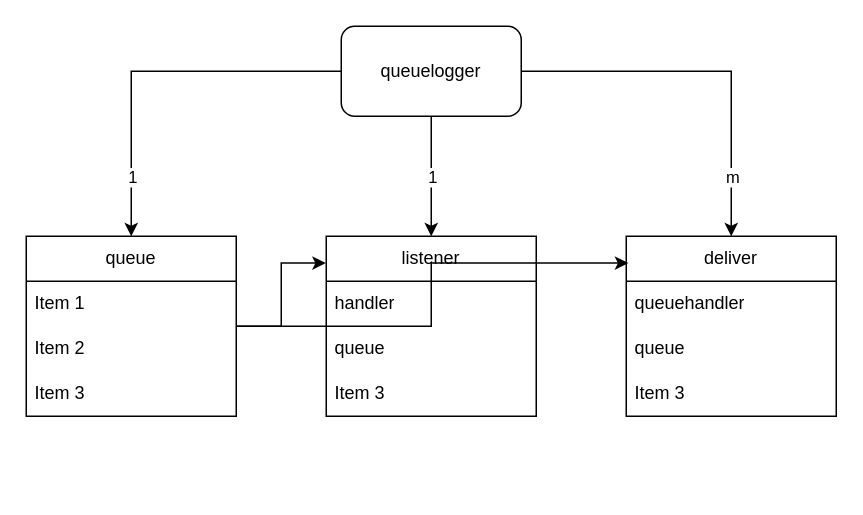
wehyy/my-world keeps this draw.io diagram as queue_logger.drawio. Above is the earlier version. Source tidied: cells renumbered, new cells numbered last; positions are measured from the earlier drawing's top-left corner, leaving out a move shared by most shapes. Both pictures are drawn from the tidied source at 150%, with x=0, y=0 at pixel (26, 26).
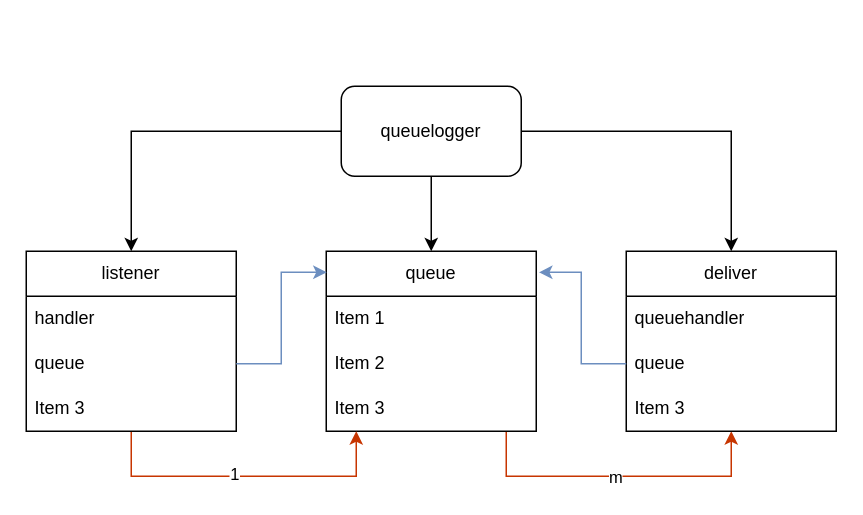
The same page after the edit.

The change refers to these unchanged cells:
```xml
<mxCell id="2" style="edgeStyle=orthogonalEdgeStyle;rounded=0;jettySize=auto;html=1;" parent="1" edge="1" source="8" target="13">
  <mxGeometry relative="1" as="geometry" />
</mxCell>
<mxCell id="4" style="edgeStyle=orthogonalEdgeStyle;rounded=0;jettySize=auto;html=1;entryX=0.5;entryY=0;entryDx=0;entryDy=0;" parent="1" edge="1" source="8" target="9">
  <mxGeometry relative="1" as="geometry" />
</mxCell>
<mxCell id="6" style="edgeStyle=orthogonalEdgeStyle;rounded=0;jettySize=auto;html=1;entryX=0.5;entryY=0;entryDx=0;entryDy=0;" parent="1" edge="1" source="8" target="17">
  <mxGeometry relative="1" as="geometry" />
</mxCell>
<mxCell id="15" value="queue" style="text;strokeColor=none;fillColor=none;align=left;verticalAlign=middle;spacingLeft=4;spacingRight=4;overflow=hidden;points=[[0,0.5],[1,0.5]];portConstraint=eastwest;whiteSpace=wrap;html=1;" parent="13" vertex="1">
  <mxGeometry y="60" width="140" height="30" as="geometry" />
</mxCell>
<mxCell id="19" value="queue" style="text;strokeColor=none;fillColor=none;align=left;verticalAlign=middle;spacingLeft=4;spacingRight=4;overflow=hidden;points=[[0,0.5],[1,0.5]];portConstraint=eastwest;whiteSpace=wrap;html=1;" parent="17" vertex="1">
  <mxGeometry y="60" width="140" height="30" as="geometry" />
</mxCell>
```

Diff of the diagram source:
```diff
@@
-    <mxCell id="3" value="1" style="edgeLabel;html=1;align=center;verticalAlign=middle;" parent="2" vertex="1">
-      <mxGeometry x="0.1" y="-1" relative="1" as="geometry">
-        <mxPoint x="1" y="-4" as="offset" />
-      </mxGeometry>
-    </mxCell>
@@
-    <mxCell id="5" value="1" style="edgeLabel;html=1;align=center;verticalAlign=middle;" parent="4" vertex="1">
-      <mxGeometry x="0.62" relative="1" as="geometry">
-        <mxPoint y="7" as="offset" />
-      </mxGeometry>
-    </mxCell>
@@
+    <mxCell id="8" value="queuelogger" style="rounded=1;whiteSpace=wrap;html=1;" parent="1" vertex="1">
+      <mxGeometry x="210" y="40" width="120" height="60" as="geometry" />
+    </mxCell>
+    <mxCell id="22" style="edgeStyle=orthogonalEdgeStyle;rounded=0;jettySize=auto;html=1;fillColor=#fa6800;strokeColor=#C73500;" parent="1" edge="1" source="9" target="17">
+      <mxGeometry relative="1" as="geometry">
+        <Array as="points">
+          <mxPoint x="320" y="300" />
+          <mxPoint x="470" y="300" />
+        </Array>
+      </mxGeometry>
+    </mxCell>
-    <mxCell id="7" value="m" style="edgeLabel;html=1;align=center;verticalAlign=middle;" parent="6" vertex="1">
-      <mxGeometry x="0.68" y="-1" relative="1" as="geometry">
-        <mxPoint x="1" as="offset" />
-      </mxGeometry>
+    <mxCell id="7" value="m" style="edgeLabel;html=1;align=center;verticalAlign=middle;" parent="22" vertex="1">
+      <mxGeometry x="-0.03" relative="1" as="geometry" />
     </mxCell>
-    <mxCell id="8" value="queuelogger" style="rounded=1;whiteSpace=wrap;html=1;" parent="1" vertex="1">
-      <mxGeometry x="210" width="120" height="60" as="geometry" />
-    </mxCell>
     <mxCell id="9" value="queue" style="swimlane;fontStyle=0;horizontal=1;startSize=30;whiteSpace=wrap;html=1;" parent="1" vertex="1">
-      <mxGeometry y="140" width="140" height="120" as="geometry" />
+      <mxGeometry x="200" y="150" width="140" height="120" as="geometry" />
     </mxCell>
@@
+    <mxCell id="23" style="edgeStyle=orthogonalEdgeStyle;rounded=0;jettySize=auto;html=1;fillColor=#fa6800;strokeColor=#C73500;" parent="1" edge="1" source="13" target="9">
+      <mxGeometry relative="1" as="geometry">
+        <Array as="points">
+          <mxPoint x="70" y="300" />
+          <mxPoint x="220" y="300" />
+        </Array>
+      </mxGeometry>
+    </mxCell>
+    <mxCell id="24" value="1" style="edgeLabel;html=1;align=center;verticalAlign=middle;" parent="23" vertex="1">
+      <mxGeometry x="-0.07" y="2" relative="1" as="geometry" />
+    </mxCell>
     <mxCell id="13" value="listener" style="swimlane;fontStyle=0;horizontal=1;startSize=30;whiteSpace=wrap;html=1;" parent="1" vertex="1">
-      <mxGeometry x="200" y="140" width="140" height="120" as="geometry" />
+      <mxGeometry y="150" width="140" height="120" as="geometry" />
     </mxCell>
@@
     <mxCell id="17" value="deliver" style="swimlane;fontStyle=0;horizontal=1;startSize=30;whiteSpace=wrap;html=1;" parent="1" vertex="1">
-      <mxGeometry x="400" y="140" width="140" height="120" as="geometry" />
+      <mxGeometry x="400" y="150" width="140" height="120" as="geometry" />
     </mxCell>
@@
-    <mxCell id="21" style="edgeStyle=orthogonalEdgeStyle;rounded=0;jettySize=auto;html=1;entryX=-0.002;entryY=0.149;entryDx=0;entryDy=0;entryPerimeter=0;" parent="1" edge="1" source="9" target="13">
-      <mxGeometry relative="1" as="geometry" />
-    </mxCell>
-    <mxCell id="22" style="edgeStyle=orthogonalEdgeStyle;rounded=0;jettySize=auto;html=1;entryX=0.01;entryY=0.149;entryDx=0;entryDy=0;entryPerimeter=0;" parent="1" edge="1" source="9" target="17">
-      <mxGeometry relative="1" as="geometry" />
-    </mxCell>
+    <mxCell id="25" style="edgeStyle=orthogonalEdgeStyle;rounded=0;jettySize=auto;html=1;entryX=0.002;entryY=0.117;entryDx=0;entryDy=0;entryPerimeter=0;fillColor=#dae8fc;strokeColor=#6c8ebf;" parent="1" edge="1" source="15" target="9">
+      <mxGeometry relative="1" as="geometry" />
+    </mxCell>
+    <mxCell id="26" style="edgeStyle=orthogonalEdgeStyle;rounded=0;jettySize=auto;html=1;entryX=1.013;entryY=0.117;entryDx=0;entryDy=0;entryPerimeter=0;fillColor=#dae8fc;strokeColor=#6c8ebf;" parent="1" edge="1" source="19" target="9">
+      <mxGeometry relative="1" as="geometry" />
+    </mxCell>
```
